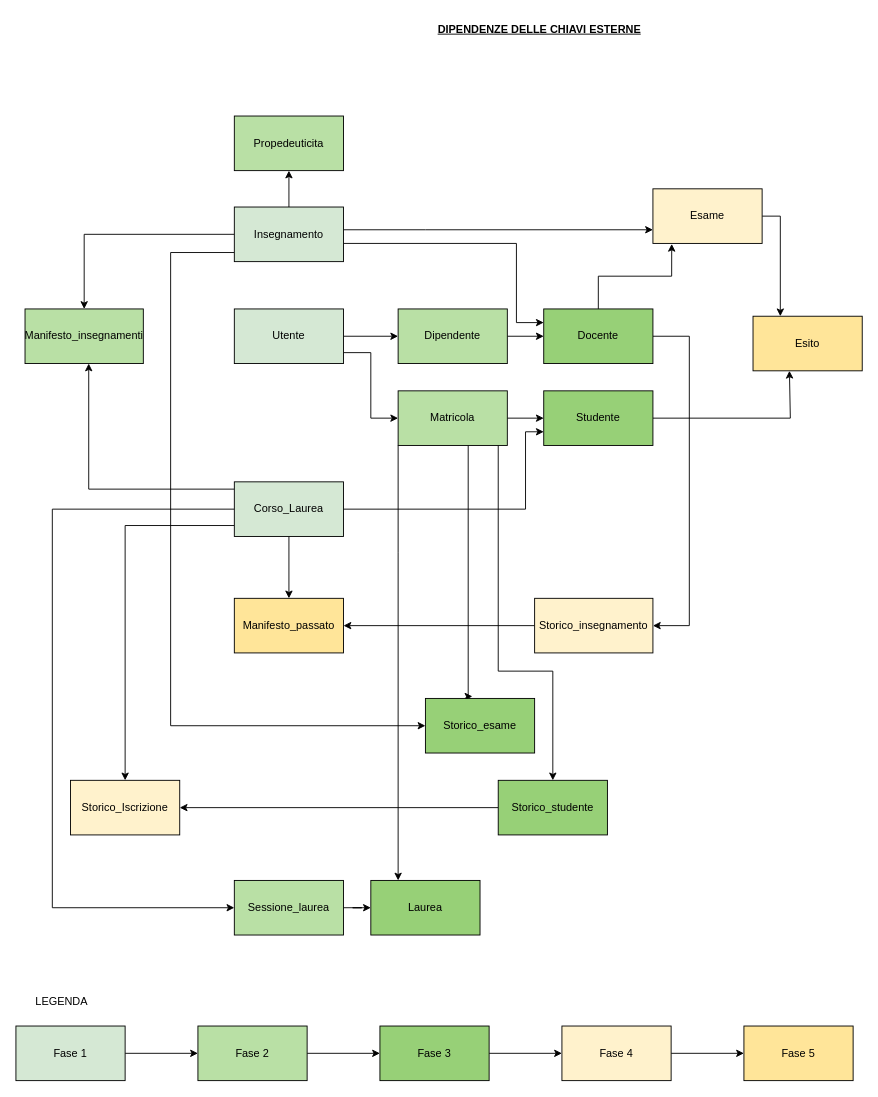
Before: page "Dipendenze chiavi esterne" (3 of 3) of uni.drawio in michelebolis/UniversityExamSystem, a draw.io diagram. Source tidied: cells renumbered, new cells numbered last; positions are measured from the earlier drawing's top-left corner, leaving out a move shared by most shapes. Both pictures are drawn from the tidied source at 91%, with x=0, y=0 at pixel (15, 15).
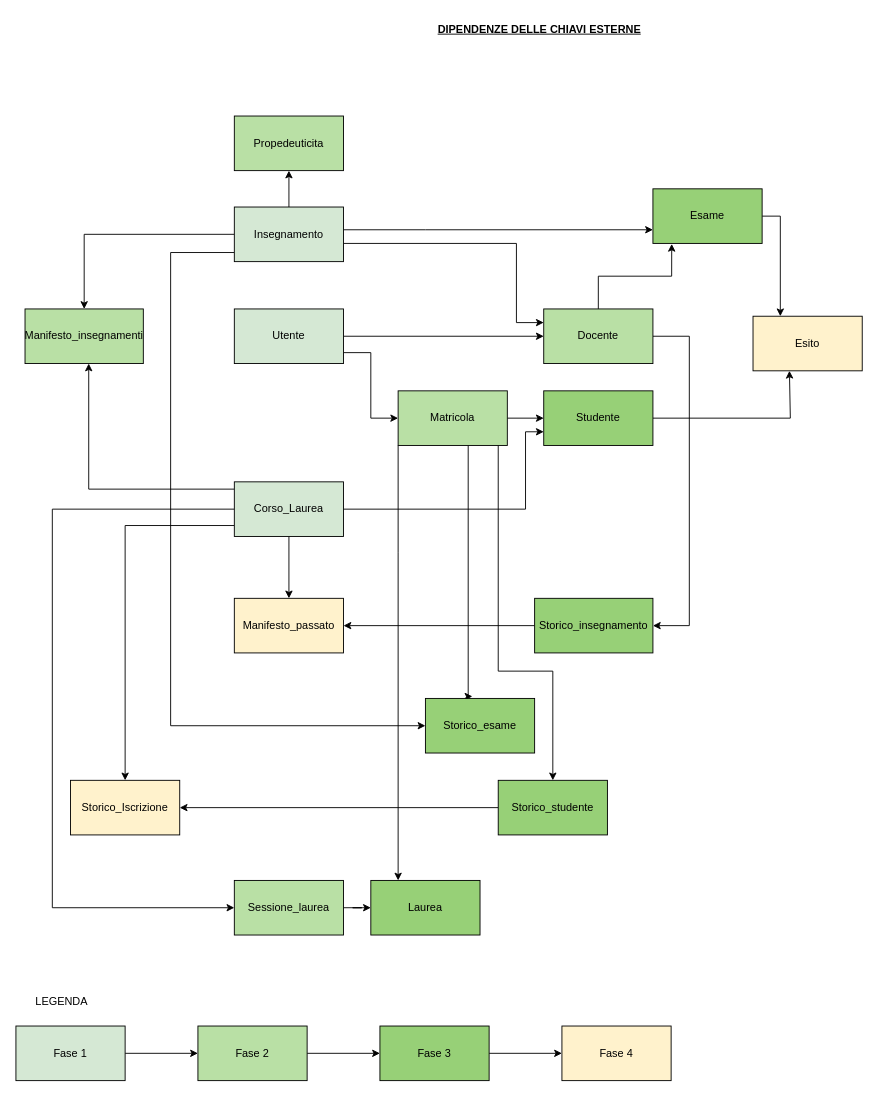
Above is the later version.

The change refers to these unchanged cells:
```xml
<mxCell id="4" value="Utente" style="rounded=0;whiteSpace=wrap;html=1;fillColor=#D5E8D4;" parent="1" vertex="1">
  <mxGeometry x="240" y="322" width="120" height="60" as="geometry" />
</mxCell>
<mxCell id="52" value="Fase 4" style="whiteSpace=wrap;html=1;fillColor=#FFF2CC;" parent="1" vertex="1">
  <mxGeometry x="600" y="1110" width="120" height="60" as="geometry" />
</mxCell>
```

What changed in the source:
```diff
@@
-    <mxCell id="2" style="edgeStyle=orthogonalEdgeStyle;rounded=0;jettySize=auto;html=1;entryX=0;entryY=0.5;entryDx=0;entryDy=0;" parent="1" edge="1" source="4" target="6">
+    <mxCell id="2" style="edgeStyle=orthogonalEdgeStyle;rounded=0;jettySize=auto;html=1;entryX=0;entryY=0.5;entryDx=0;entryDy=0;" parent="1" edge="1" source="4" target="11">
       <mxGeometry relative="1" as="geometry" />
     </mxCell>
@@
-    <mxCell id="5" style="edgeStyle=orthogonalEdgeStyle;rounded=0;jettySize=auto;html=1;entryX=0;entryY=0.5;entryDx=0;entryDy=0;" parent="1" edge="1" source="6" target="11">
-      <mxGeometry relative="1" as="geometry" />
-    </mxCell>
-    <mxCell id="6" value="Dipendente" style="rounded=0;whiteSpace=wrap;html=1;fillColor=#B9E0A5;" parent="1" vertex="1">
-      <mxGeometry x="420" y="322" width="120" height="60" as="geometry" />
-    </mxCell>
@@
-    <mxCell id="11" value="Docente" style="rounded=0;whiteSpace=wrap;html=1;fillColor=#97D077;" parent="1" vertex="1">
+    <mxCell id="11" value="Docente" style="rounded=0;whiteSpace=wrap;html=1;fillColor=#B9E0A5;" parent="1" vertex="1">
       <mxGeometry x="580" y="322" width="120" height="60" as="geometry" />
     </mxCell>
@@
-    <mxCell id="32" value="Esame" style="whiteSpace=wrap;html=1;fillColor=#FFF2CC;" parent="1" vertex="1">
+    <mxCell id="32" value="Esame" style="whiteSpace=wrap;html=1;fillColor=#97D077;" parent="1" vertex="1">
       <mxGeometry x="700" y="190" width="120" height="60" as="geometry" />
     </mxCell>
-    <mxCell id="33" value="Esito" style="whiteSpace=wrap;html=1;fillColor=#FFE599;" parent="1" vertex="1">
+    <mxCell id="33" value="Esito" style="whiteSpace=wrap;html=1;fillColor=#FFF2CC;" parent="1" vertex="1">
       <mxGeometry x="810" y="330" width="120" height="60" as="geometry" />
     </mxCell>
-    <mxCell id="34" value="Manifesto_passato" style="whiteSpace=wrap;html=1;fillColor=#FFE599;" parent="1" vertex="1">
+    <mxCell id="34" value="Manifesto_passato" style="whiteSpace=wrap;html=1;fillColor=#FFF2CC;" parent="1" vertex="1">
       <mxGeometry x="240" y="640" width="120" height="60" as="geometry" />
     </mxCell>
@@
-    <mxCell id="36" value="Storico_insegnamento" style="whiteSpace=wrap;html=1;fillColor=#FFF2CC;" parent="1" vertex="1">
+    <mxCell id="36" value="Storico_insegnamento" style="whiteSpace=wrap;html=1;fillColor=#97D077;" parent="1" vertex="1">
       <mxGeometry x="570" y="640" width="130" height="60" as="geometry" />
     </mxCell>
@@
-    <mxCell id="51" style="edgeStyle=orthogonalEdgeStyle;rounded=0;jettySize=auto;html=1;entryX=0;entryY=0.5;entryDx=0;entryDy=0;" parent="1" edge="1" source="52" target="53">
-      <mxGeometry relative="1" as="geometry" />
-    </mxCell>
@@
-    <mxCell id="53" value="Fase 5" style="whiteSpace=wrap;html=1;fillColor=#FFE599;" parent="1" vertex="1">
-      <mxGeometry x="800" y="1110" width="120" height="60" as="geometry" />
-    </mxCell>
```
